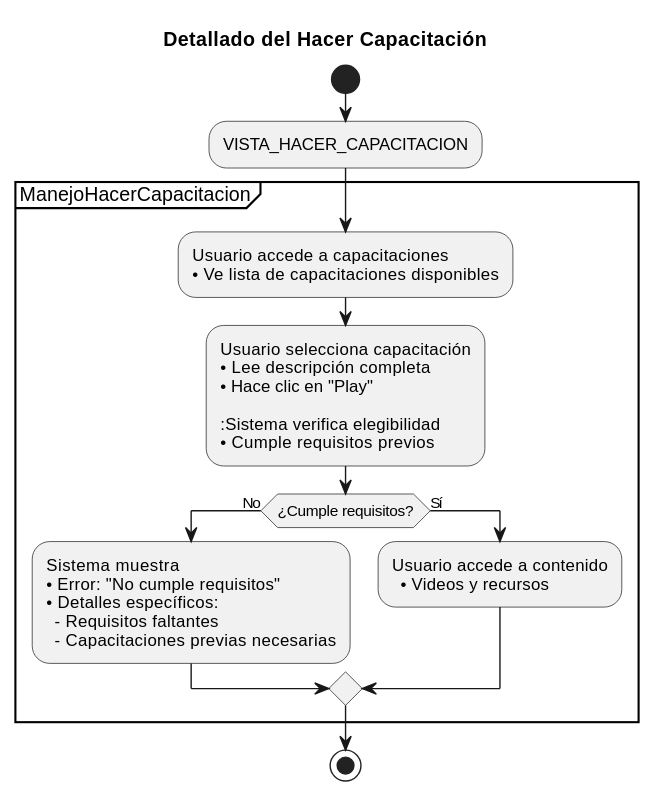
Dievex/24-25-IdSw1-SDR keeps this PlantUML diagram as documentos/imagenes/casos_de_uso/diagramas_casos_de_uso_detallados/hacer_capacitacion.svg. Above is the earlier version. Source of this version:
```plantuml
@startuml
title Detallado del Hacer Capacitación

start

:VISTA_HACER_CAPACITACION;

partition ManejoHacerCapacitacion {

  :Usuario accede a capacitaciones
  • Ve lista de capacitaciones disponibles;


  :Usuario selecciona capacitación
  • Lee descripción completa
  • Hace clic en "Play"

  :Sistema verifica elegibilidad
  • Cumple requisitos previos;


  if (¿Cumple requisitos?) then (No)
    :Sistema muestra
    • Error: "No cumple requisitos"
    • Detalles específicos:
      - Requisitos faltantes
      - Capacitaciones previas necesarias;


  else (Sí)
    :Usuario accede a contenido
      • Videos y recursos;


  endif

}

stop
@enduml
```
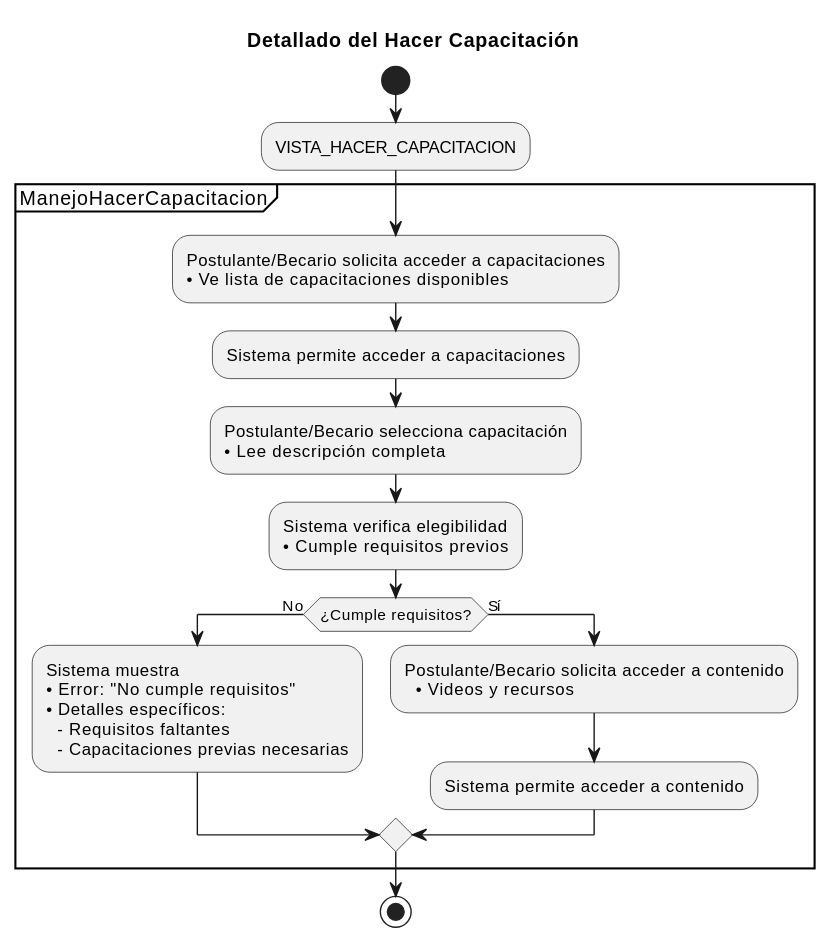
The same file after the commit.

The edit, as a diff of the source:
```diff
@@ -7,13 +7,14 @@
 
 partition ManejoHacerCapacitacion {
 
-  :Usuario accede a capacitaciones
+  :Postulante/Becario solicita acceder a capacitaciones
   • Ve lista de capacitaciones disponibles;
 
+  :Sistema permite acceder a capacitaciones;
 
-  :Usuario selecciona capacitación
-  • Lee descripción completa
-  • Hace clic en "Play"
+  :Postulante/Becario selecciona capacitación
+  • Lee descripción completa;
+
 
   :Sistema verifica elegibilidad
   • Cumple requisitos previos;
@@ -28,9 +29,10 @@
 
 
   else (Sí)
-    :Usuario accede a contenido
+    :Postulante/Becario solicita acceder a contenido
       • Videos y recursos;
 
+    :Sistema permite acceder a contenido;
 
   endif
 
```
